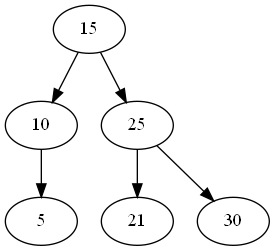
The Graphviz diagram Chap 07 - Généralités sur les arbres/parcours-arbre/arbre.gv.png in DocSystem/nsi-files-tle, before a commit. Its source is kept beside it as Chap 07 - Généralités sur les arbres/parcours-arbre/arbre.gv. Source of this version:
```dot
digraph {
	15
	10
	15 -> 10
	5
	10 -> 5
	25
	15 -> 25
	21
	25 -> 21
	30
	25 -> 30
}
```
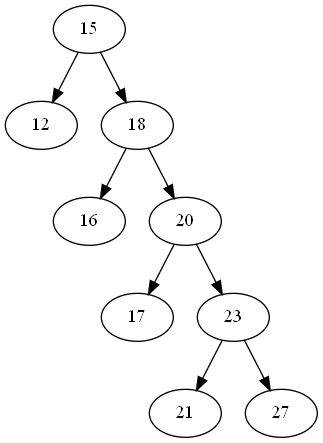
After the change.

Diff of the diagram source:
```diff
@@ -1,13 +1,19 @@
 digraph {
 	15
-	10
-	15 -> 10
-	5
-	10 -> 5
-	25
-	15 -> 25
+	12
+	15 -> 12
+	18
+	15 -> 18
+	16
+	18 -> 16
+	20
+	18 -> 20
+	17
+	20 -> 17
+	23
+	20 -> 23
 	21
-	25 -> 21
-	30
-	25 -> 30
+	23 -> 21
+	27
+	23 -> 27
 }
```
